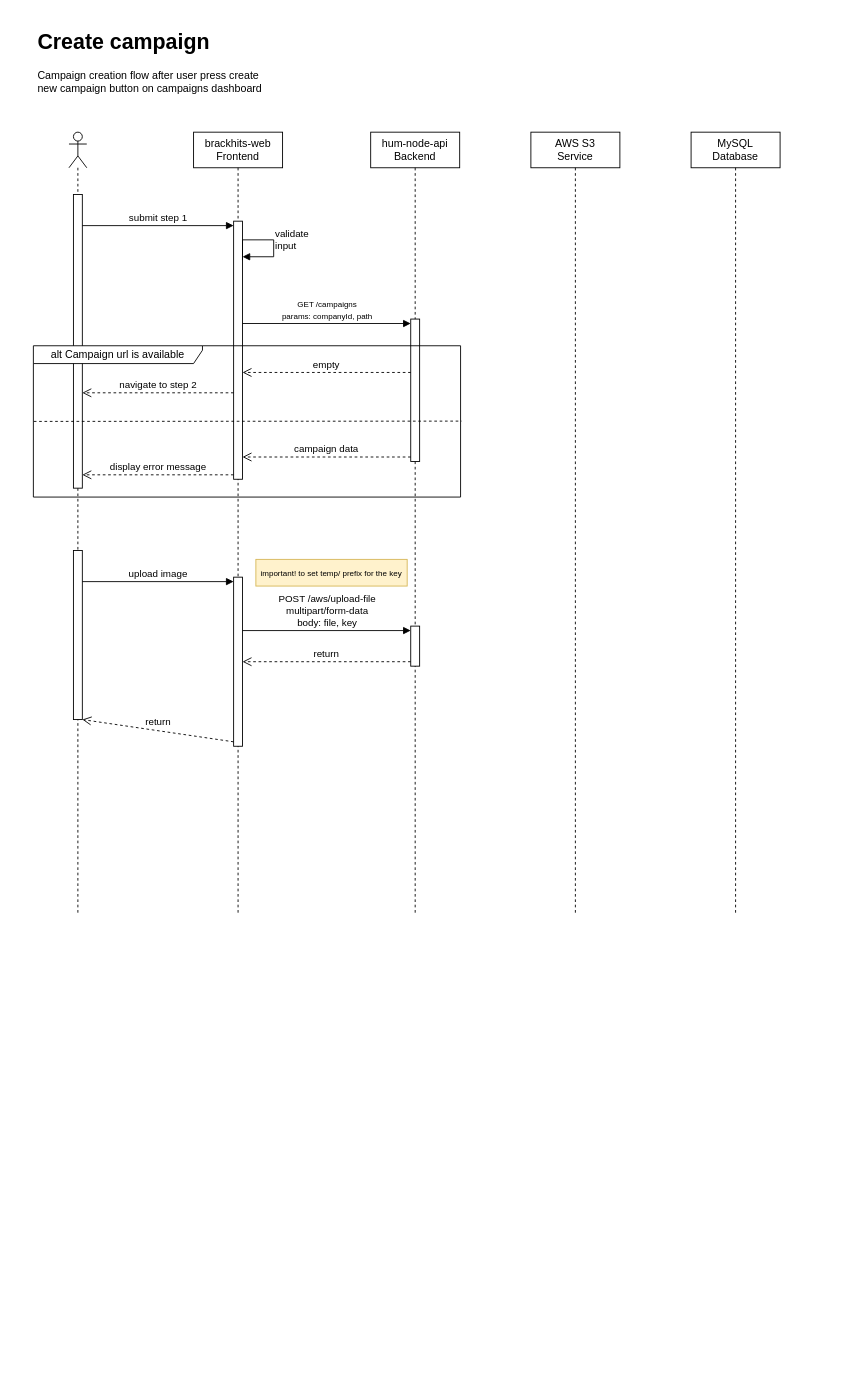
This is campaign-creation-sequence-diagram.drawio from deltall1/brackhit-diagrams, a draw.io file, before an edit. Source tidied: cells renumbered, new cells numbered last; positions are measured from the earlier drawing's top-left corner, leaving out a move shared by most shapes. Both pictures are drawn from the tidied source at 89%, with x=0, y=0 at pixel (33, 24).
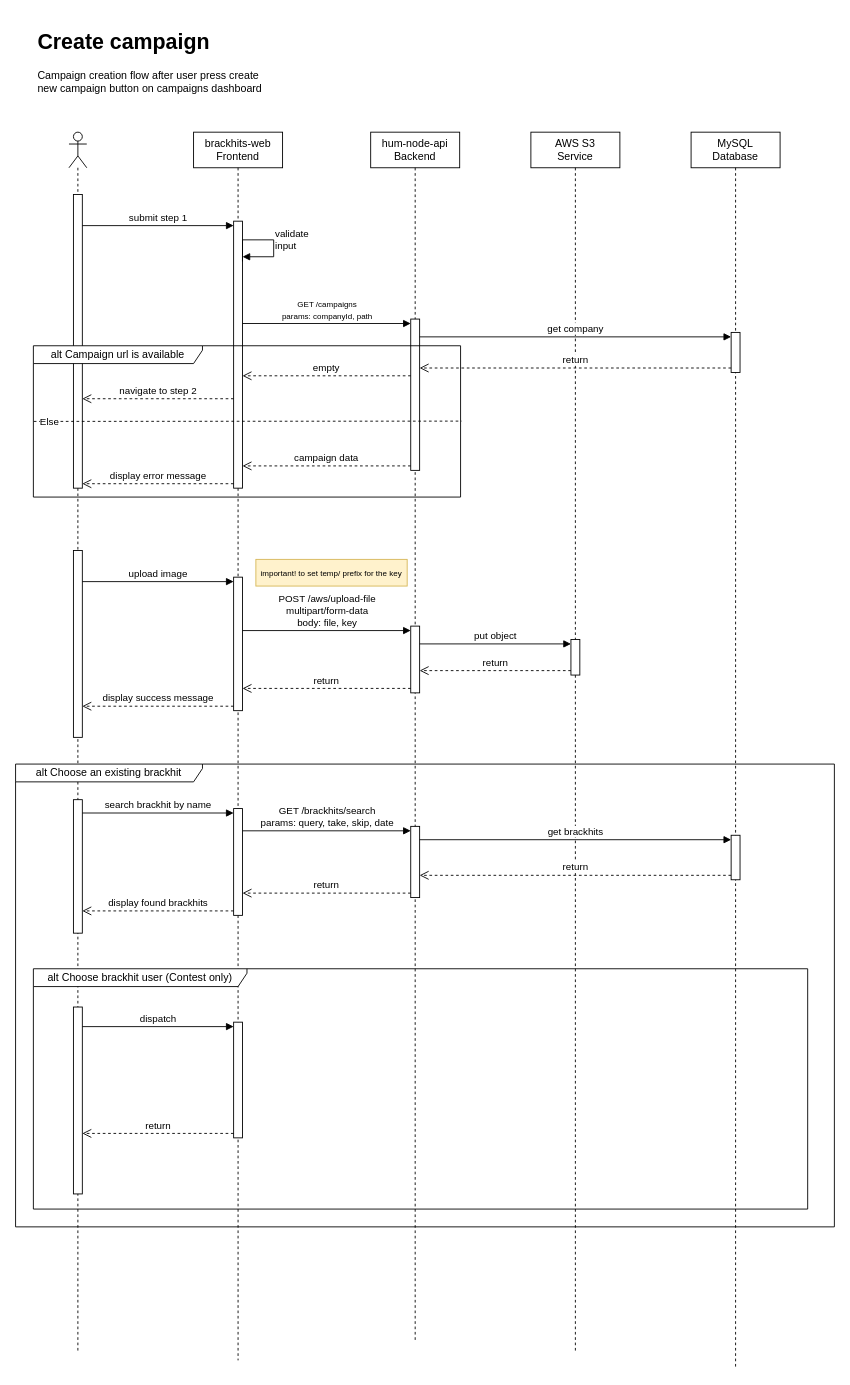
The same diagram, later.

Change to the diagram source:
```diff
@@
     <mxCell id="3" style="shape=umlLifeline;perimeter=lifelinePerimeter;whiteSpace=wrap;html=1;newEdgeStyle={&quot;curved&quot;:0,&quot;rounded&quot;:0};participant=umlActor;" parent="1" vertex="1">
-      <mxGeometry x="40" y="121" width="20" height="880" as="geometry" />
+      <mxGeometry x="40" y="121" width="20" height="1370" as="geometry" />
     </mxCell>
@@
     <mxCell id="5" style="html=1;points=[[0,0,0,0,5],[0,1,0,0,-5],[1,0,0,0,5],[1,1,0,0,-5]];perimeter=orthogonalPerimeter;outlineConnect=0;targetShapes=umlLifeline;portConstraint=eastwest;newEdgeStyle={&quot;curved&quot;:0,&quot;rounded&quot;:0};" parent="3" vertex="1">
-      <mxGeometry x="5" y="470" width="10" height="190" as="geometry" />
+      <mxGeometry x="5" y="470" width="10" height="210" as="geometry" />
     </mxCell>
+    <mxCell id="28" style="html=1;points=[[0,0,0,0,5],[0,1,0,0,-5],[1,0,0,0,5],[1,1,0,0,-5]];perimeter=orthogonalPerimeter;outlineConnect=0;targetShapes=umlLifeline;portConstraint=eastwest;newEdgeStyle={&quot;curved&quot;:0,&quot;rounded&quot;:0};" parent="3" vertex="1">
+      <mxGeometry x="5" y="750" width="10" height="150" as="geometry" />
+    </mxCell>
     <mxCell id="6" value="brackhits-web&lt;br&gt;Frontend" style="shape=umlLifeline;perimeter=lifelinePerimeter;whiteSpace=wrap;html=1;newEdgeStyle={&quot;curved&quot;:0,&quot;rounded&quot;:0};" parent="1" vertex="1">
-      <mxGeometry x="180" y="121" width="100" height="880" as="geometry" />
+      <mxGeometry x="180" y="121" width="100" height="1380" as="geometry" />
     </mxCell>
     <mxCell id="7" style="html=1;points=[[0,0,0,0,5],[0,1,0,0,-5],[1,0,0,0,5],[1,1,0,0,-5]];perimeter=orthogonalPerimeter;outlineConnect=0;targetShapes=umlLifeline;portConstraint=eastwest;newEdgeStyle={&quot;curved&quot;:0,&quot;rounded&quot;:0};" parent="6" vertex="1">
-      <mxGeometry x="45" y="100" width="10" height="290" as="geometry" />
+      <mxGeometry x="45" y="100" width="10" height="300" as="geometry" />
     </mxCell>
@@
     <mxCell id="9" style="html=1;points=[[0,0,0,0,5],[0,1,0,0,-5],[1,0,0,0,5],[1,1,0,0,-5]];perimeter=orthogonalPerimeter;outlineConnect=0;targetShapes=umlLifeline;portConstraint=eastwest;newEdgeStyle={&quot;curved&quot;:0,&quot;rounded&quot;:0};" parent="6" vertex="1">
-      <mxGeometry x="45" y="500" width="10" height="190" as="geometry" />
+      <mxGeometry x="45" y="500" width="10" height="150" as="geometry" />
     </mxCell>
+    <mxCell id="29" style="html=1;points=[[0,0,0,0,5],[0,1,0,0,-5],[1,0,0,0,5],[1,1,0,0,-5]];perimeter=orthogonalPerimeter;outlineConnect=0;targetShapes=umlLifeline;portConstraint=eastwest;newEdgeStyle={&quot;curved&quot;:0,&quot;rounded&quot;:0};" parent="6" vertex="1">
+      <mxGeometry x="45" y="760" width="10" height="120" as="geometry" />
+    </mxCell>
     <mxCell id="10" value="hum-node-api&lt;br&gt;Backend" style="shape=umlLifeline;perimeter=lifelinePerimeter;whiteSpace=wrap;html=1;newEdgeStyle={&quot;curved&quot;:0,&quot;rounded&quot;:0};" parent="1" vertex="1">
-      <mxGeometry x="379" y="121" width="100" height="880" as="geometry" />
+      <mxGeometry x="379" y="121" width="100" height="1360" as="geometry" />
     </mxCell>
     <mxCell id="11" style="html=1;points=[[0,0,0,0,5],[0,1,0,0,-5],[1,0,0,0,5],[1,1,0,0,-5]];perimeter=orthogonalPerimeter;outlineConnect=0;targetShapes=umlLifeline;portConstraint=eastwest;newEdgeStyle={&quot;curved&quot;:0,&quot;rounded&quot;:0};" parent="10" vertex="1">
-      <mxGeometry x="45" y="210" width="10" height="160" as="geometry" />
+      <mxGeometry x="45" y="210" width="10" height="170" as="geometry" />
     </mxCell>
     <mxCell id="12" style="html=1;points=[[0,0,0,0,5],[0,1,0,0,-5],[1,0,0,0,5],[1,1,0,0,-5]];perimeter=orthogonalPerimeter;outlineConnect=0;targetShapes=umlLifeline;portConstraint=eastwest;newEdgeStyle={&quot;curved&quot;:0,&quot;rounded&quot;:0};" parent="10" vertex="1">
-      <mxGeometry x="45" y="555" width="10" height="45" as="geometry" />
+      <mxGeometry x="45" y="555" width="10" height="75" as="geometry" />
     </mxCell>
@@
-    <mxCell id="17" value="alt Campaign url is available" style="shape=umlFrame;whiteSpace=wrap;html=1;width=190;height=20;" parent="1" vertex="1">
-      <mxGeometry y="361" width="480" height="170" as="geometry" />
-    </mxCell>
@@
-    <mxCell id="19" style="endArrow=none;dashed=1;html=1;rounded=0;entryX=1.002;entryY=0.498;entryDx=0;entryDy=0;entryPerimeter=0;exitX=0.001;exitY=0.5;exitDx=0;exitDy=0;exitPerimeter=0;" parent="1" edge="1" source="17" target="17">
-      <mxGeometry relative="1" as="geometry" />
-    </mxCell>
@@
-    <mxCell id="22" value="return" style="html=1;verticalAlign=bottom;endArrow=open;dashed=1;endSize=8;curved=0;rounded=0;exitX=0;exitY=1;exitDx=0;exitDy=-5;" parent="1" edge="1" source="9" target="5">
+    <mxCell id="22" value="display success message" style="html=1;verticalAlign=bottom;endArrow=open;dashed=1;endSize=8;curved=0;rounded=0;exitX=0;exitY=1;exitDx=0;exitDy=-5;" parent="1" edge="1" source="9" target="5">
       <mxGeometry relative="1" as="geometry" />
     </mxCell>
@@
     <mxCell id="26" value="AWS S3&lt;br&gt;Service" style="shape=umlLifeline;perimeter=lifelinePerimeter;whiteSpace=wrap;html=1;newEdgeStyle={&quot;curved&quot;:0,&quot;rounded&quot;:0};" parent="1" vertex="1">
-      <mxGeometry x="559" y="121" width="100" height="880" as="geometry" />
+      <mxGeometry x="559" y="121" width="100" height="1370" as="geometry" />
     </mxCell>
+    <mxCell id="30" style="html=1;points=[[0,0,0,0,5],[0,1,0,0,-5],[1,0,0,0,5],[1,1,0,0,-5]];perimeter=orthogonalPerimeter;outlineConnect=0;targetShapes=umlLifeline;portConstraint=eastwest;newEdgeStyle={&quot;curved&quot;:0,&quot;rounded&quot;:0};" parent="26" vertex="1">
+      <mxGeometry x="45" y="570" width="10" height="40" as="geometry" />
+    </mxCell>
     <mxCell id="27" value="MySQL&lt;br&gt;Database" style="shape=umlLifeline;perimeter=lifelinePerimeter;whiteSpace=wrap;html=1;newEdgeStyle={&quot;curved&quot;:0,&quot;rounded&quot;:0};" parent="1" vertex="1">
-      <mxGeometry x="739" y="121" width="100" height="880" as="geometry" />
+      <mxGeometry x="739" y="121" width="100" height="1390" as="geometry" />
     </mxCell>
+    <mxCell id="31" style="html=1;points=[[0,0,0,0,5],[0,1,0,0,-5],[1,0,0,0,5],[1,1,0,0,-5]];perimeter=orthogonalPerimeter;outlineConnect=0;targetShapes=umlLifeline;portConstraint=eastwest;newEdgeStyle={&quot;curved&quot;:0,&quot;rounded&quot;:0};" parent="27" vertex="1">
+      <mxGeometry x="45" y="225" width="10" height="45" as="geometry" />
+    </mxCell>
+    <mxCell id="32" value="get company" style="html=1;verticalAlign=bottom;endArrow=block;curved=0;rounded=0;entryX=0;entryY=0;entryDx=0;entryDy=5;" parent="1" edge="1" source="11" target="31">
+      <mxGeometry relative="1" as="geometry" />
+    </mxCell>
+    <mxCell id="33" value="return" style="html=1;verticalAlign=bottom;endArrow=open;dashed=1;endSize=8;curved=0;rounded=0;exitX=0;exitY=1;exitDx=0;exitDy=-5;" parent="1" edge="1" source="31" target="11">
+      <mxGeometry relative="1" as="geometry" />
+    </mxCell>
+    <mxCell id="34" value="put object" style="html=1;verticalAlign=bottom;endArrow=block;curved=0;rounded=0;entryX=0;entryY=0;entryDx=0;entryDy=5;" parent="1" edge="1" source="12" target="30">
+      <mxGeometry relative="1" as="geometry" />
+    </mxCell>
+    <mxCell id="35" value="return" style="html=1;verticalAlign=bottom;endArrow=open;dashed=1;endSize=8;curved=0;rounded=0;exitX=0;exitY=1;exitDx=0;exitDy=-5;" parent="1" edge="1" source="30" target="12">
+      <mxGeometry relative="1" as="geometry" />
+    </mxCell>
+    <mxCell id="36" style="group;" parent="1" vertex="1">
+      <mxGeometry y="361" width="480" height="170" as="geometry" />
+    </mxCell>
+    <mxCell id="17" value="alt Campaign url is available" style="shape=umlFrame;whiteSpace=wrap;html=1;width=190;height=20;" parent="36" vertex="1">
+      <mxGeometry width="480" height="170" as="geometry" />
+    </mxCell>
+    <mxCell id="19" style="endArrow=none;dashed=1;html=1;rounded=0;entryX=1.002;entryY=0.498;entryDx=0;entryDy=0;entryPerimeter=0;exitX=0.001;exitY=0.5;exitDx=0;exitDy=0;exitPerimeter=0;" parent="36" edge="1" source="17" target="17">
+      <mxGeometry relative="1" as="geometry" />
+    </mxCell>
+    <mxCell id="37" value="Else" style="edgeLabel;html=1;align=center;verticalAlign=middle;" parent="19" vertex="1">
+      <mxGeometry x="-0.95" y="-1" relative="1" as="geometry">
+        <mxPoint x="5" as="offset" />
+      </mxGeometry>
+    </mxCell>
+    <mxCell id="38" value="search brackhit by name" style="html=1;verticalAlign=bottom;endArrow=block;curved=0;rounded=0;entryX=0;entryY=0;entryDx=0;entryDy=5;" parent="1" edge="1" source="28" target="29">
+      <mxGeometry relative="1" as="geometry" />
+    </mxCell>
+    <mxCell id="39" value="alt Choose an existing brackhit" style="shape=umlFrame;whiteSpace=wrap;html=1;width=210;height=20;" parent="1" vertex="1">
+      <mxGeometry x="-20" y="831" width="920" height="520" as="geometry" />
+    </mxCell>
+    <mxCell id="40" value="display found brackhits" style="html=1;verticalAlign=bottom;endArrow=open;dashed=1;endSize=8;curved=0;rounded=0;exitX=0;exitY=1;exitDx=0;exitDy=-5;" parent="1" edge="1" source="29" target="28">
+      <mxGeometry relative="1" as="geometry" />
+    </mxCell>
+    <mxCell id="41" style="html=1;points=[[0,0,0,0,5],[0,1,0,0,-5],[1,0,0,0,5],[1,1,0,0,-5]];perimeter=orthogonalPerimeter;outlineConnect=0;targetShapes=umlLifeline;portConstraint=eastwest;newEdgeStyle={&quot;curved&quot;:0,&quot;rounded&quot;:0};" parent="1" vertex="1">
+      <mxGeometry x="424" y="901" width="10" height="80" as="geometry" />
+    </mxCell>
+    <mxCell id="42" value="GET /brackhits/search&lt;br&gt;params: query, take, skip, date" style="html=1;verticalAlign=bottom;endArrow=block;curved=0;rounded=0;entryX=0;entryY=0;entryDx=0;entryDy=5;" parent="1" edge="1" source="29" target="41">
+      <mxGeometry relative="1" as="geometry" />
+    </mxCell>
+    <mxCell id="43" value="return" style="html=1;verticalAlign=bottom;endArrow=open;dashed=1;endSize=8;curved=0;rounded=0;exitX=0;exitY=1;exitDx=0;exitDy=-5;" parent="1" edge="1" source="41" target="29">
+      <mxGeometry relative="1" as="geometry" />
+    </mxCell>
+    <mxCell id="44" style="html=1;points=[[0,0,0,0,5],[0,1,0,0,-5],[1,0,0,0,5],[1,1,0,0,-5]];perimeter=orthogonalPerimeter;outlineConnect=0;targetShapes=umlLifeline;portConstraint=eastwest;newEdgeStyle={&quot;curved&quot;:0,&quot;rounded&quot;:0};" parent="1" vertex="1">
+      <mxGeometry x="784" y="911" width="10" height="50" as="geometry" />
+    </mxCell>
+    <mxCell id="45" value="get brackhits" style="html=1;verticalAlign=bottom;endArrow=block;curved=0;rounded=0;entryX=0;entryY=0;entryDx=0;entryDy=5;" parent="1" edge="1" source="41" target="44">
+      <mxGeometry relative="1" as="geometry" />
+    </mxCell>
+    <mxCell id="46" value="return" style="html=1;verticalAlign=bottom;endArrow=open;dashed=1;endSize=8;curved=0;rounded=0;exitX=0;exitY=1;exitDx=0;exitDy=-5;" parent="1" edge="1" source="44" target="41">
+      <mxGeometry relative="1" as="geometry" />
+    </mxCell>
+    <mxCell id="47" value="alt Choose brackhit user (Contest only)" style="shape=umlFrame;whiteSpace=wrap;html=1;width=240;height=20;" parent="1" vertex="1">
+      <mxGeometry y="1061" width="870" height="270" as="geometry" />
+    </mxCell>
+    <mxCell id="48" style="html=1;points=[[0,0,0,0,5],[0,1,0,0,-5],[1,0,0,0,5],[1,1,0,0,-5]];perimeter=orthogonalPerimeter;outlineConnect=0;targetShapes=umlLifeline;portConstraint=eastwest;newEdgeStyle={&quot;curved&quot;:0,&quot;rounded&quot;:0};" parent="1" vertex="1">
+      <mxGeometry x="45" y="1104" width="10" height="210" as="geometry" />
+    </mxCell>
+    <mxCell id="49" style="html=1;points=[[0,0,0,0,5],[0,1,0,0,-5],[1,0,0,0,5],[1,1,0,0,-5]];perimeter=orthogonalPerimeter;outlineConnect=0;targetShapes=umlLifeline;portConstraint=eastwest;newEdgeStyle={&quot;curved&quot;:0,&quot;rounded&quot;:0};" parent="1" vertex="1">
+      <mxGeometry x="225" y="1121" width="10" height="130" as="geometry" />
+    </mxCell>
+    <mxCell id="50" value="dispatch" style="html=1;verticalAlign=bottom;endArrow=block;curved=0;rounded=0;entryX=0;entryY=0;entryDx=0;entryDy=5;" parent="1" edge="1" source="48" target="49">
+      <mxGeometry relative="1" as="geometry" />
+    </mxCell>
+    <mxCell id="51" value="return" style="html=1;verticalAlign=bottom;endArrow=open;dashed=1;endSize=8;curved=0;rounded=0;exitX=0;exitY=1;exitDx=0;exitDy=-5;" parent="1" edge="1" source="49" target="48">
+      <mxGeometry relative="1" as="geometry" />
+    </mxCell>
```
